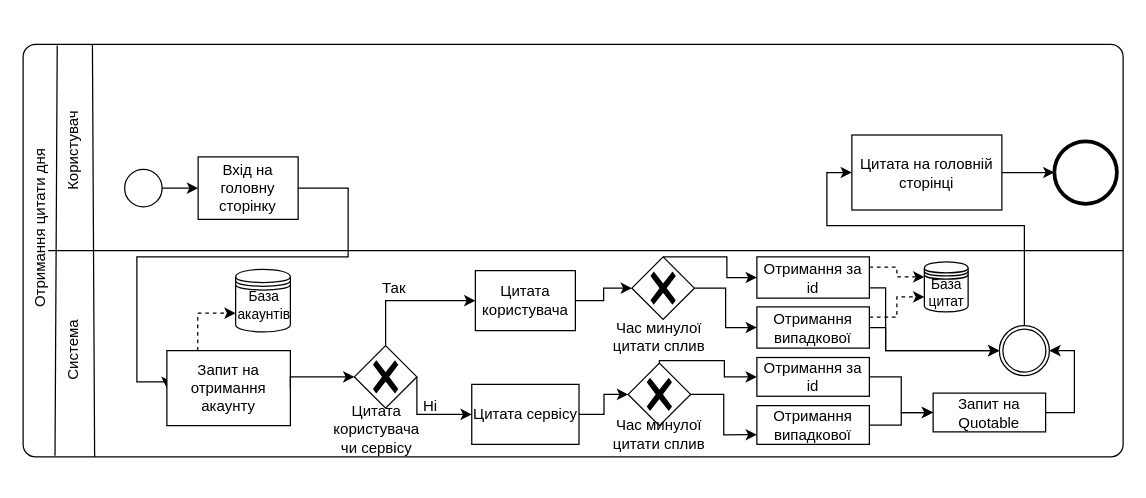
This is page "Page-4" (4 of 5) of assets/bpmn.drawio from whitetark/bbetter, a draw.io file, before an edit. Source tidied: cells renumbered, new cells numbered last; positions are measured from the earlier drawing's top-left corner, leaving out a move shared by most shapes. Both pictures are drawn from the tidied source at 125%, with x=0, y=0 at pixel (-168, 44).
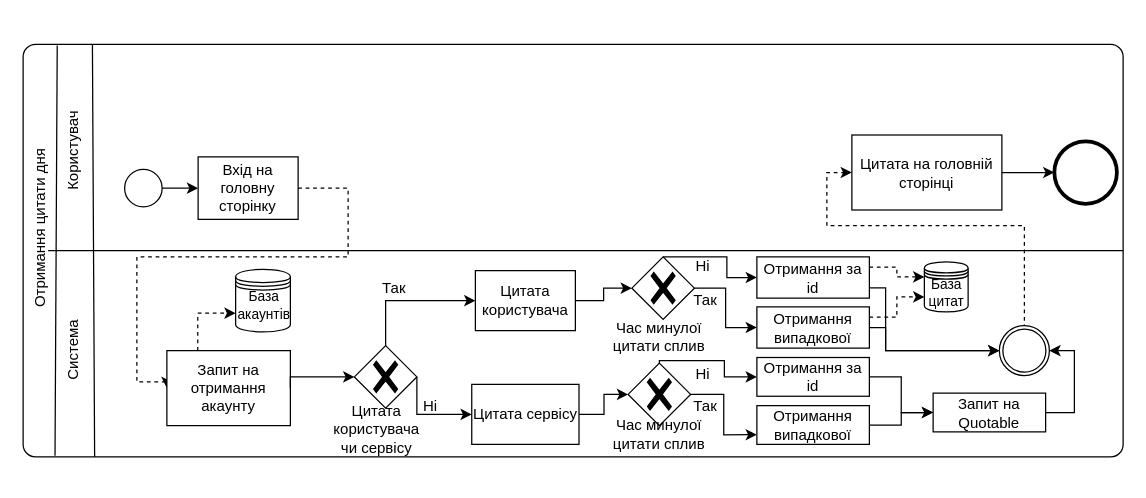
Above is the later version.

The change refers to these unchanged cells:
```xml
<mxCell id="2" style="points=[[0.25,0,0],[0.5,0,0],[0.75,0,0],[1,0.25,0],[1,0.5,0],[1,0.75,0],[0.75,1,0],[0.5,1,0],[0.25,1,0],[0,0.75,0],[0,0.5,0],[0,0.25,0]];shape=mxgraph.bpmn.task;whiteSpace=wrap;rectStyle=rounded;size=10;html=1;taskMarker=abstract;" parent="1" vertex="1">
  <mxGeometry x="152" width="880" height="330" as="geometry" />
</mxCell>
<mxCell id="8" value="Вхід на головну сторінку" style="rounded=0;whiteSpace=wrap;html=1;" parent="2" vertex="1">
  <mxGeometry x="140" y="90" width="80" height="50" as="geometry" />
</mxCell>
<mxCell id="13" value="Запит на отримання акаунту" style="rounded=0;whiteSpace=wrap;html=1;" parent="2" vertex="1">
  <mxGeometry x="115" y="245" width="98.8" height="60" as="geometry" />
</mxCell>
<mxCell id="42" style="points=[[0.145,0.145,0],[0.5,0,0],[0.855,0.145,0],[1,0.5,0],[0.855,0.855,0],[0.5,1,0],[0.145,0.855,0],[0,0.5,0]];shape=mxgraph.bpmn.event;html=1;verticalLabelPosition=bottom;labelBackgroundColor=#ffffff;verticalAlign=top;align=center;perimeter=ellipsePerimeter;outlineConnect=0;outline=throwing;symbol=general;" parent="2" vertex="1">
  <mxGeometry x="781" y="225" width="40" height="40" as="geometry" />
</mxCell>
<mxCell id="43" value="Цитата на головній сторінці" style="rounded=0;whiteSpace=wrap;html=1;" parent="2" vertex="1">
  <mxGeometry x="663" y="72.5" width="120" height="60" as="geometry" />
</mxCell>
```

Diff of the diagram source:
```diff
@@
-    <mxCell id="9" style="edgeStyle=orthogonalEdgeStyle;rounded=0;jettySize=auto;html=1;exitX=1;exitY=0.5;exitDx=0;exitDy=0;entryX=0;entryY=0.5;entryDx=0;entryDy=0;" parent="2" edge="1" source="8" target="13">
+    <mxCell id="9" style="edgeStyle=orthogonalEdgeStyle;rounded=0;jettySize=auto;html=1;exitX=1;exitY=0.5;exitDx=0;exitDy=0;entryX=0;entryY=0.5;entryDx=0;entryDy=0;dashed=1;" parent="2" edge="1" source="8" target="13">
       <mxGeometry relative="1" as="geometry">
         <Array as="points">
           <mxPoint x="260" y="115" />
           <mxPoint x="260" y="170" />
           <mxPoint x="91" y="170" />
           <mxPoint x="91" y="270" />
         </Array>
       </mxGeometry>
     </mxCell>
@@
-    <mxCell id="41" style="edgeStyle=orthogonalEdgeStyle;rounded=0;jettySize=auto;html=1;exitX=0.5;exitY=0;exitDx=0;exitDy=0;exitPerimeter=0;entryX=0;entryY=0.5;entryDx=0;entryDy=0;" parent="2" edge="1" source="42" target="43">
+    <mxCell id="41" style="edgeStyle=orthogonalEdgeStyle;rounded=0;jettySize=auto;html=1;exitX=0.5;exitY=0;exitDx=0;exitDy=0;exitPerimeter=0;entryX=0;entryY=0.5;entryDx=0;entryDy=0;dashed=1;" parent="2" edge="1" source="42" target="43">
       <mxGeometry relative="1" as="geometry">
         <Array as="points">
           <mxPoint x="801" y="232" />
           <mxPoint x="801" y="145" />
           <mxPoint x="643" y="145" />
           <mxPoint x="643" y="103" />
         </Array>
       </mxGeometry>
     </mxCell>
@@
+    <mxCell id="55" value="Ні" style="text;html=1;align=center;verticalAlign=middle;whiteSpace=wrap;rounded=0;" parent="2" vertex="1">
+      <mxGeometry x="514" y="162.5" width="60" height="30" as="geometry" />
+    </mxCell>
+    <mxCell id="56" value="Ні" style="text;html=1;align=center;verticalAlign=middle;whiteSpace=wrap;rounded=0;" parent="2" vertex="1">
+      <mxGeometry x="514" y="249" width="60" height="30" as="geometry" />
+    </mxCell>
+    <mxCell id="57" value="Так" style="text;html=1;align=center;verticalAlign=middle;whiteSpace=wrap;rounded=0;" parent="2" vertex="1">
+      <mxGeometry x="516" y="275" width="60" height="30" as="geometry" />
+    </mxCell>
+    <mxCell id="58" value="Так" style="text;html=1;align=center;verticalAlign=middle;whiteSpace=wrap;rounded=0;" parent="2" vertex="1">
+      <mxGeometry x="516" y="190" width="60" height="30" as="geometry" />
+    </mxCell>
```
